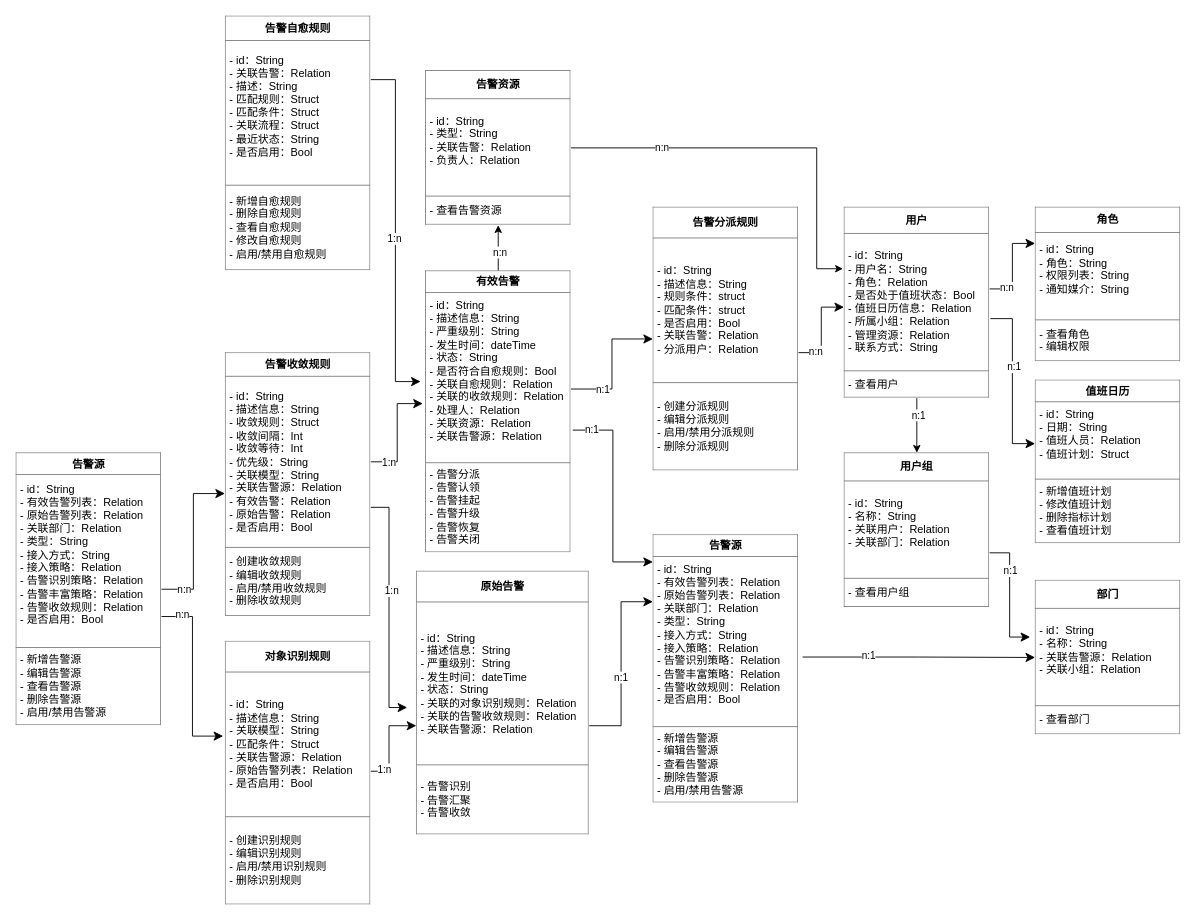
Earlier version of the draw.io diagram 领域模型.drawio (jaywin2u/practices). Source tidied: cells renumbered, new cells numbered last; positions are measured from the earlier drawing's top-left corner, leaving out a move shared by most shapes. Both pictures are drawn from the tidied source at 91%, with x=0, y=0 at pixel (15, 15).
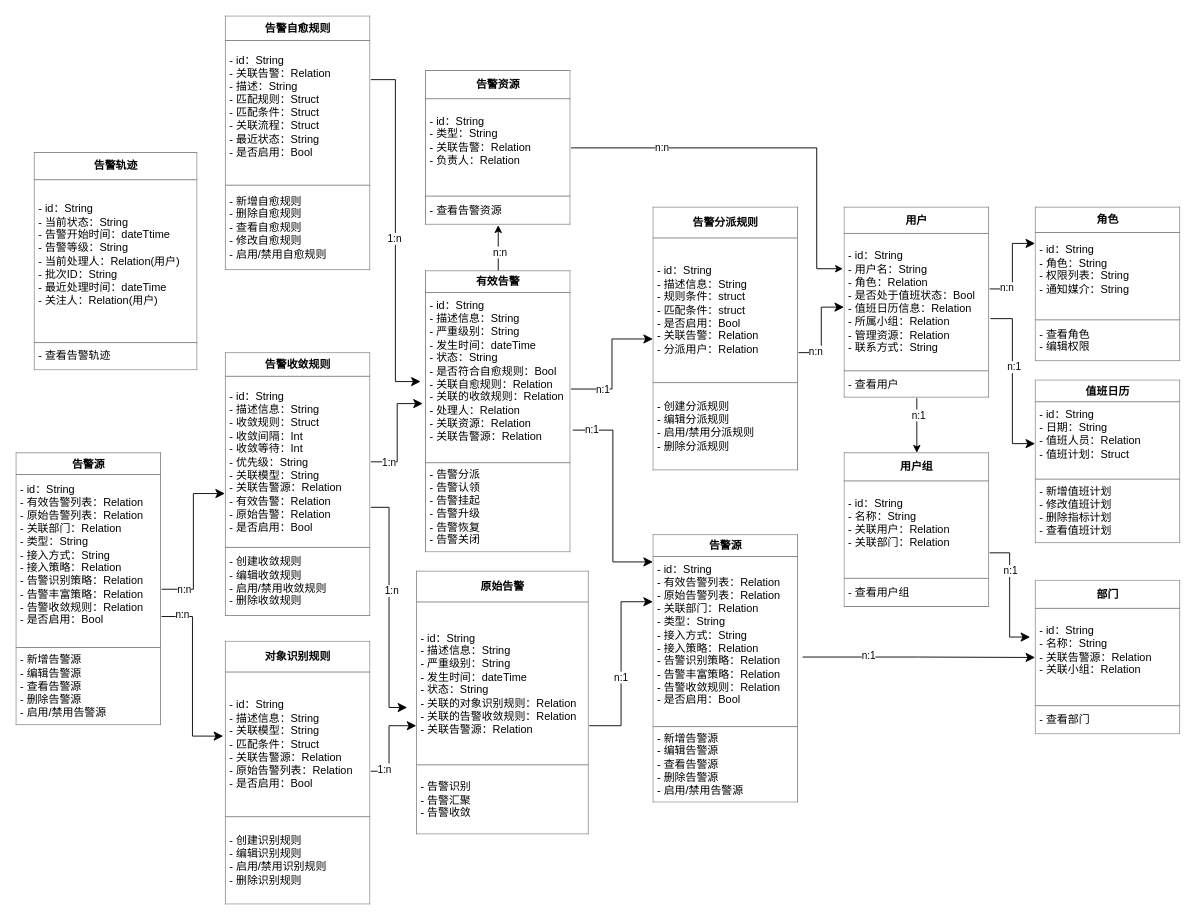
The same page after the edit.

Commit message:
已添加 领域模型.drawio

Change to the diagram source:
```diff
@@
+    <mxCell id="50" value="&lt;table border=&quot;1&quot; width=&quot;100%&quot; height=&quot;100%&quot; cellpadding=&quot;4&quot; style=&quot;width:100%;height:100%;border-collapse:collapse;&quot;&gt;&lt;tbody&gt;&lt;tr&gt;&lt;th align=&quot;center&quot;&gt;告警轨迹&lt;/th&gt;&lt;/tr&gt;&lt;tr&gt;&lt;td&gt;- id：String&lt;br&gt;- 当前状态：String&lt;br&gt;- 告警开始时间：dateTtime&lt;br&gt;- 告警等级：String&lt;br&gt;- 当前处理人：Relation(用户)&lt;br&gt;- 批次ID：String&lt;br&gt;- 最近处理时间：dateTime&lt;br&gt;- 关注人：Relation(用户)&lt;br&gt;&lt;br&gt;&lt;/td&gt;&lt;/tr&gt;&lt;tr&gt;&lt;td&gt;- 查看告警轨迹&lt;/td&gt;&lt;/tr&gt;&lt;/tbody&gt;&lt;/table&gt;" style="text;html=1;whiteSpace=wrap;strokeColor=none;fillColor=none;overflow=fill;" parent="1" vertex="1">
+      <mxGeometry x="20" y="150" width="180" height="240" as="geometry" />
+    </mxCell>
```
